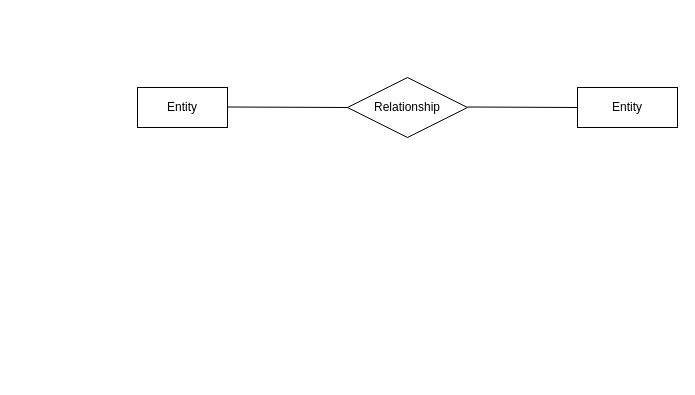
Before: DiagramaXerb.drawio in SebassX69/DiagramasDB, a draw.io diagram. Source tidied: cells renumbered, new cells numbered last; positions are measured from the earlier drawing's top-left corner, leaving out a move shared by most shapes. Both pictures are drawn from the tidied source at 100%, with x=0, y=0 at pixel (137, 77).
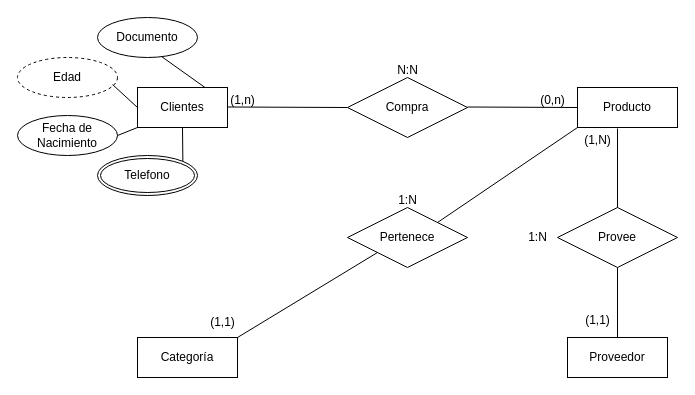
After the change.

Commit message:
Diagrama Completado

Change to the diagram source:
```diff
@@
-    <mxCell id="2" value="Relationship" style="shape=rhombus;perimeter=rhombusPerimeter;whiteSpace=wrap;html=1;align=center;" parent="1" vertex="1">
+    <mxCell id="2" value="Compra" style="shape=rhombus;perimeter=rhombusPerimeter;whiteSpace=wrap;html=1;align=center;" parent="1" vertex="1">
       <mxGeometry x="210" width="120" height="60" as="geometry" />
     </mxCell>
-    <mxCell id="3" value="Entity" style="whiteSpace=wrap;html=1;align=center;" parent="1" vertex="1">
+    <mxCell id="3" value="Clientes" style="whiteSpace=wrap;html=1;align=center;" parent="1" vertex="1">
       <mxGeometry y="10" width="90" height="40" as="geometry" />
     </mxCell>
-    <mxCell id="4" value="Entity" style="whiteSpace=wrap;html=1;align=center;" parent="1" vertex="1">
+    <mxCell id="4" value="Producto" style="whiteSpace=wrap;html=1;align=center;" parent="1" vertex="1">
       <mxGeometry x="440" y="10" width="100" height="40" as="geometry" />
     </mxCell>
@@
+    <mxCell id="7" value="N:N" style="text;html=1;align=center;verticalAlign=middle;strokeColor=none;fillColor=none;" parent="1" vertex="1">
+      <mxGeometry x="250" y="-22" width="40" height="30" as="geometry" />
+    </mxCell>
+    <mxCell id="8" value="(1,n&lt;span style=&quot;background-color: transparent; color: light-dark(rgb(0, 0, 0), rgb(255, 255, 255));&quot;&gt;)&lt;/span&gt;" style="text;html=1;align=center;verticalAlign=middle;strokeColor=none;fillColor=none;" parent="1" vertex="1">
+      <mxGeometry x="80" y="8" width="50" height="30" as="geometry" />
+    </mxCell>
+    <mxCell id="9" value="(0,n)" style="text;html=1;align=center;verticalAlign=middle;strokeColor=none;fillColor=none;" parent="1" vertex="1">
+      <mxGeometry x="390" y="8" width="50" height="30" as="geometry" />
+    </mxCell>
+    <mxCell id="10" value="Fecha de Nacimiento" style="ellipse;whiteSpace=wrap;html=1;align=center;" parent="1" vertex="1">
+      <mxGeometry x="-120" y="38" width="100" height="40" as="geometry" />
+    </mxCell>
+    <mxCell id="11" value="Documento" style="ellipse;whiteSpace=wrap;html=1;align=center;" parent="1" vertex="1">
+      <mxGeometry x="-40" y="-60" width="100" height="40" as="geometry" />
+    </mxCell>
+    <mxCell id="12" value="Pertenece" style="shape=rhombus;perimeter=rhombusPerimeter;whiteSpace=wrap;html=1;align=center;" parent="1" vertex="1">
+      <mxGeometry x="210" y="130" width="120" height="60" as="geometry" />
+    </mxCell>
+    <mxCell id="13" value="Provee" style="shape=rhombus;perimeter=rhombusPerimeter;whiteSpace=wrap;html=1;align=center;" parent="1" vertex="1">
+      <mxGeometry x="420" y="130" width="120" height="60" as="geometry" />
+    </mxCell>
+    <mxCell id="14" value="Proveedor" style="whiteSpace=wrap;html=1;align=center;" parent="1" vertex="1">
+      <mxGeometry x="430" y="260" width="100" height="40" as="geometry" />
+    </mxCell>
+    <mxCell id="15" value="Categoría" style="whiteSpace=wrap;html=1;align=center;" parent="1" vertex="1">
+      <mxGeometry y="260" width="100" height="40" as="geometry" />
+    </mxCell>
+    <mxCell id="16" style="endArrow=none;html=1;rounded=0;entryX=0.5;entryY=0;entryDx=0;entryDy=0;exitX=0.4;exitY=1.025;exitDx=0;exitDy=0;exitPerimeter=0;" parent="1" edge="1" source="4" target="13">
+      <mxGeometry relative="1" as="geometry" />
+    </mxCell>
+    <mxCell id="17" style="endArrow=none;html=1;rounded=0;exitX=0.5;exitY=1;exitDx=0;exitDy=0;entryX=0.5;entryY=0;entryDx=0;entryDy=0;" parent="1" edge="1" source="13" target="14">
+      <mxGeometry relative="1" as="geometry" />
+    </mxCell>
+    <mxCell id="18" style="endArrow=none;html=1;rounded=0;exitX=1;exitY=0;exitDx=0;exitDy=0;entryX=0;entryY=1;entryDx=0;entryDy=0;" parent="1" edge="1" source="15" target="12">
+      <mxGeometry relative="1" as="geometry" />
+    </mxCell>
+    <mxCell id="19" style="endArrow=none;html=1;rounded=0;entryX=0;entryY=1;entryDx=0;entryDy=0;exitX=1;exitY=0;exitDx=0;exitDy=0;" parent="1" edge="1" source="12" target="4">
+      <mxGeometry relative="1" as="geometry" />
+    </mxCell>
+    <mxCell id="20" value="Edad" style="ellipse;whiteSpace=wrap;html=1;align=center;dashed=1;" parent="1" vertex="1">
+      <mxGeometry x="-120" y="-20" width="100" height="40" as="geometry" />
+    </mxCell>
+    <mxCell id="21" value="Telefono" style="ellipse;shape=doubleEllipse;margin=3;whiteSpace=wrap;html=1;align=center;" parent="1" vertex="1">
+      <mxGeometry x="-40" y="78" width="100" height="40" as="geometry" />
+    </mxCell>
+    <mxCell id="22" value="1:N" style="text;html=1;align=center;verticalAlign=middle;strokeColor=none;fillColor=none;" parent="1" vertex="1">
+      <mxGeometry x="250" y="108" width="40" height="30" as="geometry" />
+    </mxCell>
+    <mxCell id="23" value="1:N" style="text;html=1;align=center;verticalAlign=middle;strokeColor=none;fillColor=none;" parent="1" vertex="1">
+      <mxGeometry x="380" y="145" width="40" height="30" as="geometry" />
+    </mxCell>
+    <mxCell id="24" value="(1,N)" style="text;html=1;align=center;verticalAlign=middle;strokeColor=none;fillColor=none;" parent="1" vertex="1">
+      <mxGeometry x="435" y="48" width="50" height="30" as="geometry" />
+    </mxCell>
+    <mxCell id="25" value="(1,1)" style="text;html=1;align=center;verticalAlign=middle;strokeColor=none;fillColor=none;" parent="1" vertex="1">
+      <mxGeometry x="435" y="228" width="50" height="30" as="geometry" />
+    </mxCell>
+    <mxCell id="26" value="(1,1)" style="text;html=1;align=center;verticalAlign=middle;strokeColor=none;fillColor=none;" parent="1" vertex="1">
+      <mxGeometry x="60" y="230" width="50" height="30" as="geometry" />
+    </mxCell>
+    <mxCell id="27" style="endArrow=none;html=1;rounded=0;exitX=0.64;exitY=0.975;exitDx=0;exitDy=0;exitPerimeter=0;entryX=0.75;entryY=0;entryDx=0;entryDy=0;" parent="1" edge="1" source="11" target="3">
+      <mxGeometry relative="1" as="geometry" />
+    </mxCell>
+    <mxCell id="28" style="endArrow=none;html=1;rounded=0;exitX=0.5;exitY=1;exitDx=0;exitDy=0;entryX=1;entryY=0;entryDx=0;entryDy=0;" parent="1" edge="1" source="3" target="21">
+      <mxGeometry relative="1" as="geometry" />
+    </mxCell>
+    <mxCell id="29" style="endArrow=none;html=1;rounded=0;exitX=0.95;exitY=0.675;exitDx=0;exitDy=0;exitPerimeter=0;entryX=0;entryY=0.5;entryDx=0;entryDy=0;" parent="1" edge="1" source="20" target="3">
+      <mxGeometry relative="1" as="geometry" />
+    </mxCell>
+    <mxCell id="30" style="endArrow=none;html=1;rounded=0;exitX=0;exitY=1;exitDx=0;exitDy=0;entryX=1;entryY=0.5;entryDx=0;entryDy=0;" parent="1" edge="1" source="3" target="10">
+      <mxGeometry relative="1" as="geometry" />
+    </mxCell>
```
